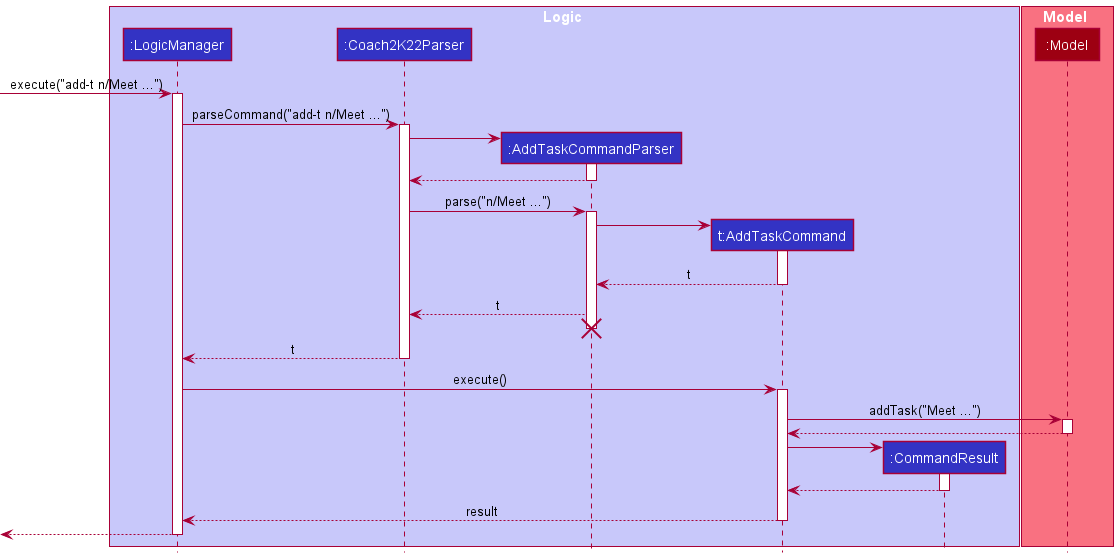
This is docs/images/AddTaskSequenceDiagram.png from simjunheng/tp, a PlantUML export, as it was before one commit.
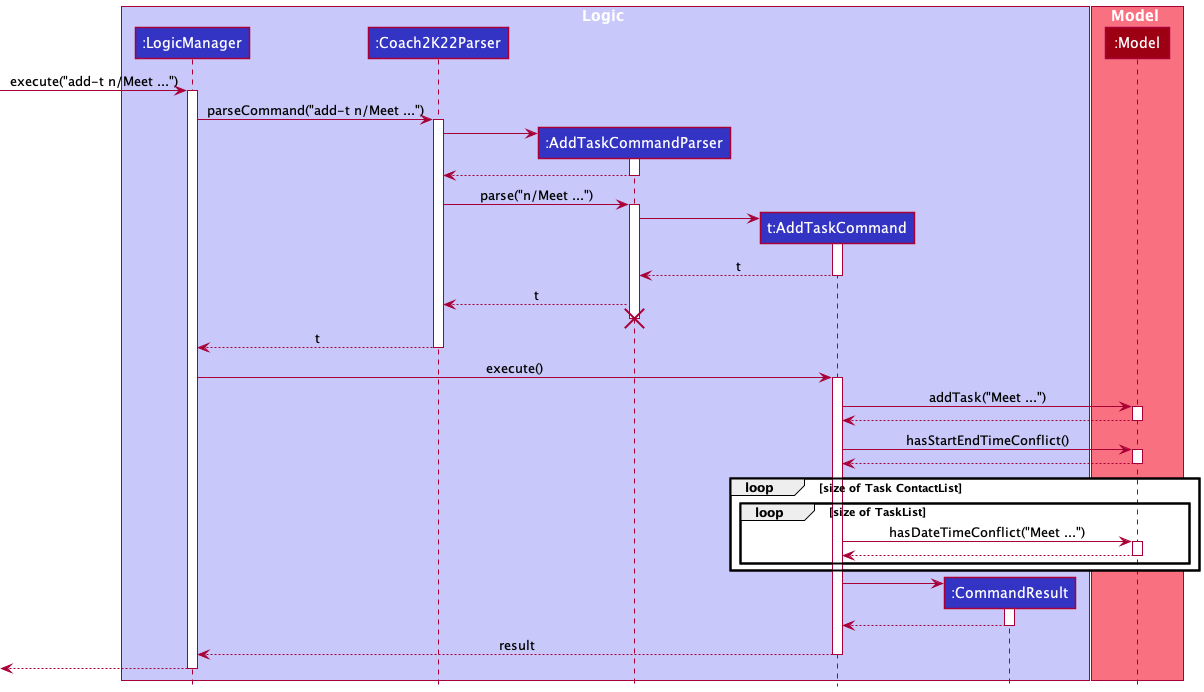
The same diagram one commit later.

Diff of the diagram source:
```diff
@@ -52,6 +52,23 @@
 Model --> AddTaskCommand
 deactivate Model
 
+AddTaskCommand -> Model : hasStartEndTimeConflict()
+activate Model
+
+Model --> AddTaskCommand
+deactivate Model
+
+loop size of Task ContactList
+    loop size of TaskList
+    AddTaskCommand -> Model : hasDateTimeConflict("Meet ...")
+    activate Model
+    Model --> AddTaskCommand
+    deactivate Model
+    end
+end
+
+
+
 create CommandResult
 AddTaskCommand -> CommandResult
 activate CommandResult
```
